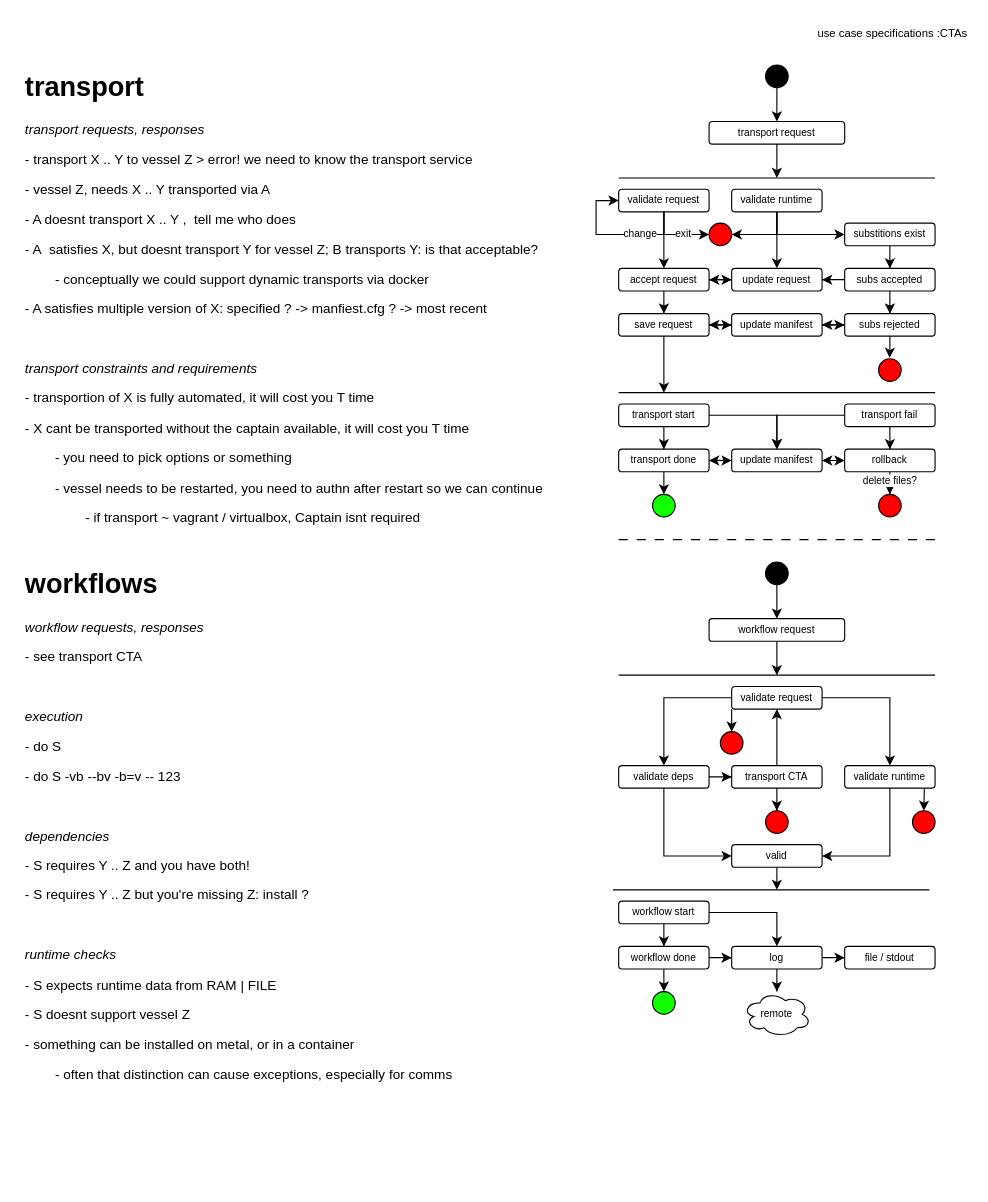
Above: page "ctas" (2 of 4) of ADRs/boat_adr.drawio in noahehall/boat (draw.io), before the change. Source tidied: cells renumbered, new cells numbered last; positions are measured from the earlier drawing's top-left corner, leaving out a move shared by most shapes. Both pictures are drawn from the tidied source at 113%, with x=0, y=0 at pixel (19, 19).
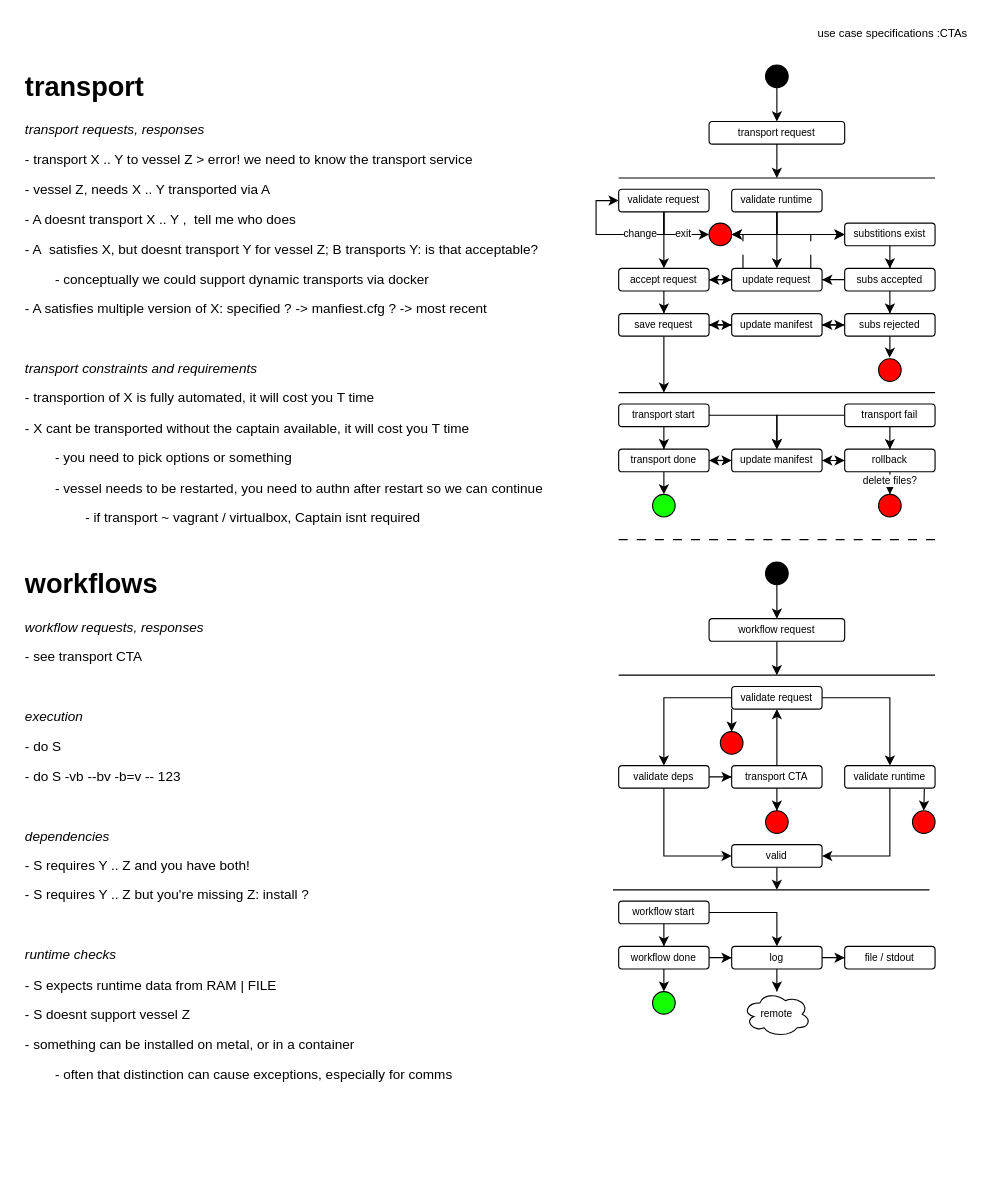
The same diagram, later.

The change refers to these unchanged cells:
```xml
<mxCell id="4" style="group;" parent="1" vertex="1">
  <mxGeometry x="510" y="40" width="330" height="400" as="geometry" />
</mxCell>
<mxCell id="15" value="substitions exist" style="rounded=1;whiteSpace=wrap;html=1;fontSize=9;" parent="4" vertex="1">
  <mxGeometry x="220" y="140" width="80" height="20" as="geometry" />
</mxCell>
<mxCell id="22" value="update request" style="rounded=1;whiteSpace=wrap;html=1;fontSize=9;" parent="4" vertex="1">
  <mxGeometry x="120" y="180" width="80" height="20" as="geometry" />
</mxCell>
```

The edit, as a diff of the source:
```diff
@@
+    <mxCell id="96" style="edgeStyle=orthogonalEdgeStyle;rounded=0;jettySize=auto;html=1;entryX=0;entryY=0.5;entryDx=0;entryDy=0;dashed=1;dashPattern=12 12;strokeColor=default;" parent="4" edge="1" source="22" target="15">
+      <mxGeometry relative="1" as="geometry">
+        <Array as="points">
+          <mxPoint x="190" y="150" />
+        </Array>
+      </mxGeometry>
+    </mxCell>
@@
+    <mxCell id="97" style="edgeStyle=orthogonalEdgeStyle;rounded=0;jettySize=auto;html=1;dashed=1;dashPattern=12 12;strokeColor=default;" parent="1" edge="1" source="22">
+      <mxGeometry relative="1" as="geometry">
+        <mxPoint x="630" y="190" as="targetPoint" />
+        <Array as="points">
+          <mxPoint x="640" y="190" />
+        </Array>
+      </mxGeometry>
+    </mxCell>
```
